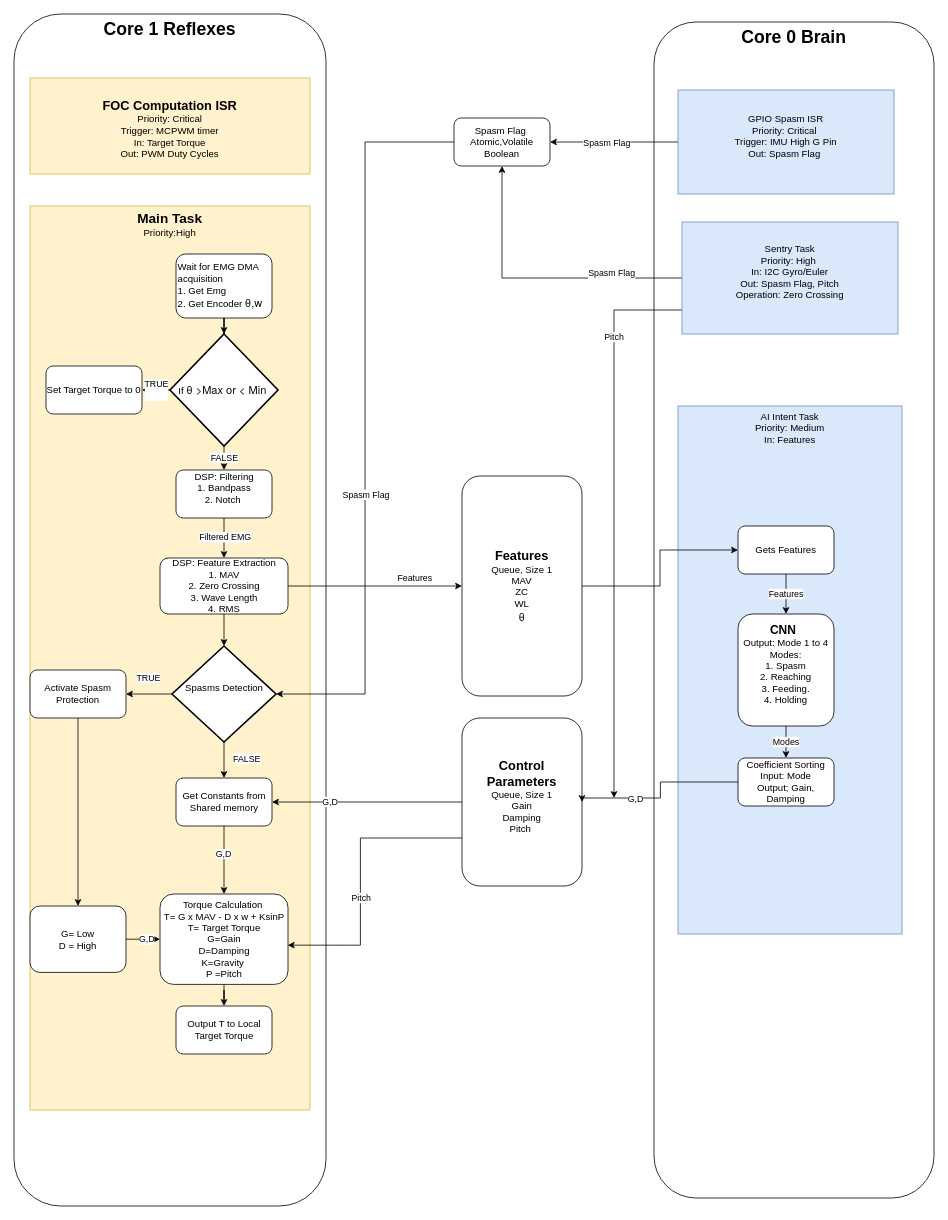
Before: CP System architure.drawio in Tzekhai2005/cp-orthosis-emg-classifier, a draw.io diagram. Source tidied: cells renumbered, new cells numbered last; positions are measured from the earlier drawing's top-left corner, leaving out a move shared by most shapes. Both pictures are drawn from the tidied source at 80%, with x=0, y=0 at pixel (14, 14).
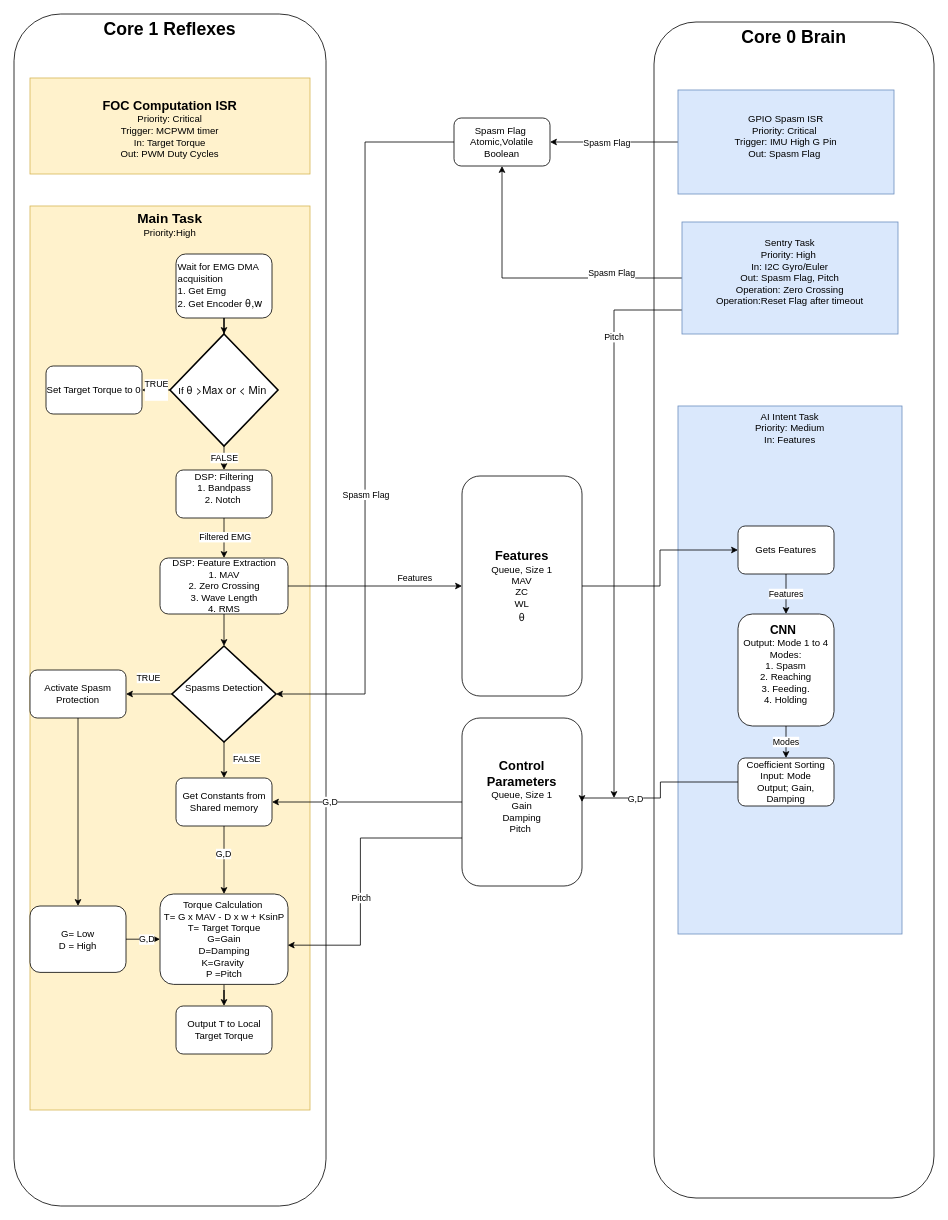
The same diagram, later.

Change to the diagram source:
```diff
@@
-    <mxCell id="52" value="Sentry Task&lt;div&gt;Priority: High&amp;nbsp;&lt;/div&gt;&lt;div&gt;In: I2C Gyro/Euler&lt;/div&gt;&lt;div&gt;Out: Spasm Flag, Pitch&lt;/div&gt;&lt;div&gt;Operation: Zero Crossing&lt;/div&gt;&lt;div&gt;&lt;br&gt;&lt;/div&gt;" style="rounded=0;whiteSpace=wrap;html=1;fillColor=#dae8fc;strokeColor=#6c8ebf;" parent="1" vertex="1">
+    <mxCell id="52" value="Sentry Task&lt;div&gt;Priority: High&amp;nbsp;&lt;/div&gt;&lt;div&gt;In: I2C Gyro/Euler&lt;/div&gt;&lt;div&gt;Out: Spasm Flag, Pitch&lt;/div&gt;&lt;div&gt;Operation: Zero Crossing&lt;/div&gt;&lt;div&gt;Operation:Reset Flag after timeout&lt;/div&gt;&lt;div&gt;&lt;br&gt;&lt;/div&gt;" style="rounded=0;whiteSpace=wrap;html=1;fillColor=#dae8fc;strokeColor=#6c8ebf;" parent="1" vertex="1">
       <mxGeometry x="835" y="260" width="270" height="140" as="geometry" />
     </mxCell>
```
